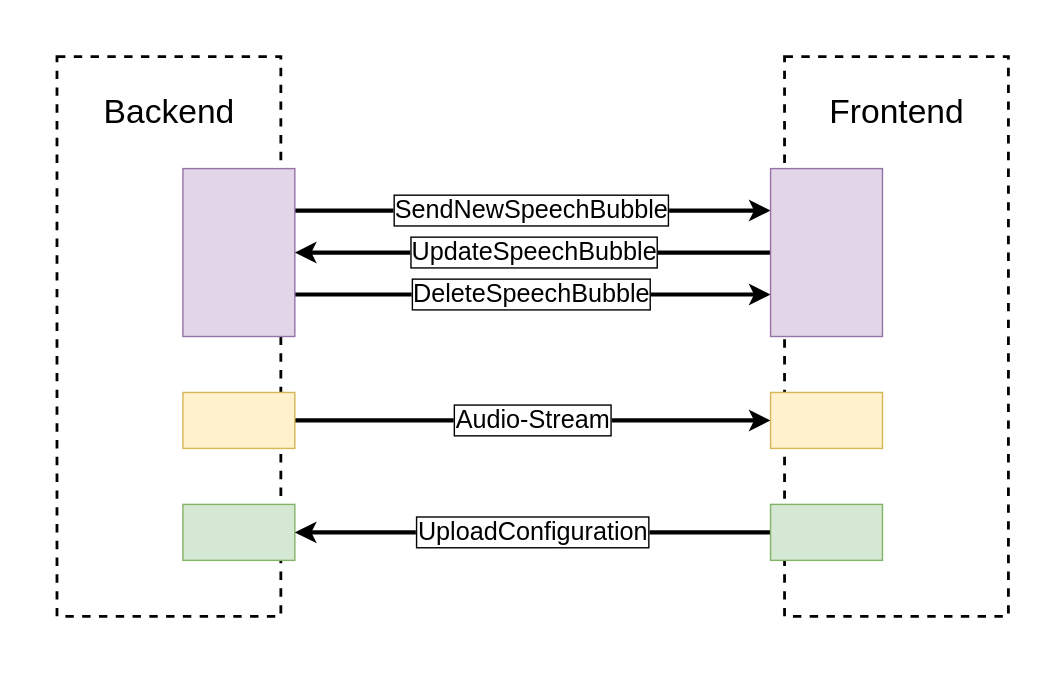
This is TechnicalDocumentation/arc42/img/Backend_Frontend_Kommunikation.drawio.svg from Subletic/Documentation, a draw.io export, as it was before one commit. Source tidied: cells renumbered, new cells last; positions are measured from the earlier drawing's top-left corner, leaving out a move shared by most shapes. Its diagram source:
```xml
<mxGraphModel>
  <root>
    <mxCell id="0" />
    <mxCell id="1" parent="0" />
    <mxCell id="2" style="rounded=0;whiteSpace=wrap;html=1;strokeColor=none;" parent="1" vertex="1">
      <mxGeometry width="760" height="480" as="geometry" />
    </mxCell>
    <mxCell id="3" style="rounded=0;whiteSpace=wrap;html=1;fillColor=none;dashed=1;strokeWidth=2;" parent="1" vertex="1">
      <mxGeometry x="560" y="40" width="160" height="400" as="geometry" />
    </mxCell>
    <mxCell id="4" style="edgeStyle=orthogonalEdgeStyle;rounded=0;jettySize=auto;html=1;exitX=1;exitY=0.5;exitDx=0;exitDy=0;entryX=0;entryY=0.5;entryDx=0;entryDy=0;strokeWidth=3;" parent="1" edge="1" source="15" target="17">
      <mxGeometry relative="1" as="geometry" />
    </mxCell>
    <mxCell id="5" value="Audio-Stream" style="edgeLabel;html=1;align=center;verticalAlign=middle;fontSize=18;labelBorderColor=default;" parent="4" vertex="1">
      <mxGeometry x="0.01" y="1" relative="1" as="geometry">
        <mxPoint x="-2" y="1" as="offset" />
      </mxGeometry>
    </mxCell>
    <mxCell id="6" style="rounded=0;whiteSpace=wrap;html=1;fillColor=none;dashed=1;strokeWidth=2;" parent="1" vertex="1">
      <mxGeometry x="40" y="40" width="160" height="400" as="geometry" />
    </mxCell>
    <mxCell id="7" style="edgeStyle=orthogonalEdgeStyle;rounded=0;jettySize=auto;html=1;exitX=1;exitY=0.25;exitDx=0;exitDy=0;entryX=0;entryY=0.25;entryDx=0;entryDy=0;strokeWidth=3;" parent="1" edge="1" source="11" target="14">
      <mxGeometry relative="1" as="geometry" />
    </mxCell>
    <mxCell id="8" value="SendNewSpeechBubble" style="edgeLabel;html=1;align=center;verticalAlign=middle;spacingLeft=0;spacing=3;fontSize=18;labelBorderColor=default;" parent="7" vertex="1">
      <mxGeometry x="0.13" relative="1" as="geometry">
        <mxPoint x="-24" as="offset" />
      </mxGeometry>
    </mxCell>
    <mxCell id="9" style="edgeStyle=orthogonalEdgeStyle;rounded=0;jettySize=auto;html=1;exitX=1;exitY=0.75;exitDx=0;exitDy=0;entryX=0;entryY=0.75;entryDx=0;entryDy=0;strokeWidth=3;" parent="1" edge="1" source="11" target="14">
      <mxGeometry relative="1" as="geometry" />
    </mxCell>
    <mxCell id="10" value="DeleteSpeechBubble" style="edgeLabel;html=1;align=center;verticalAlign=middle;spacingLeft=0;spacing=3;fontSize=18;labelBorderColor=default;" parent="9" vertex="1">
      <mxGeometry x="0.18" relative="1" as="geometry">
        <mxPoint x="-32" as="offset" />
      </mxGeometry>
    </mxCell>
    <mxCell id="11" style="rounded=0;whiteSpace=wrap;html=1;fillColor=#e1d5e7;strokeColor=#9673a6;" parent="1" vertex="1">
      <mxGeometry x="130" y="120" width="80" height="120" as="geometry" />
    </mxCell>
    <mxCell id="12" style="edgeStyle=orthogonalEdgeStyle;rounded=0;jettySize=auto;html=1;exitX=0;exitY=0.5;exitDx=0;exitDy=0;entryX=1;entryY=0.5;entryDx=0;entryDy=0;fontSize=12;strokeWidth=3;" parent="1" edge="1" source="14" target="11">
      <mxGeometry relative="1" as="geometry" />
    </mxCell>
    <mxCell id="13" value="UpdateSpeechBubble" style="edgeLabel;html=1;align=center;verticalAlign=middle;spacingLeft=0;spacing=3;fontSize=18;labelBorderColor=default;" parent="12" vertex="1">
      <mxGeometry x="0.04" relative="1" as="geometry">
        <mxPoint x="7" as="offset" />
      </mxGeometry>
    </mxCell>
    <mxCell id="14" style="rounded=0;whiteSpace=wrap;html=1;fillColor=#e1d5e7;strokeColor=#9673a6;" parent="1" vertex="1">
      <mxGeometry x="550" y="120" width="80" height="120" as="geometry" />
    </mxCell>
    <mxCell id="15" style="rounded=0;whiteSpace=wrap;html=1;fillColor=#fff2cc;strokeColor=#d6b656;" parent="1" vertex="1">
      <mxGeometry x="130" y="280" width="80" height="40" as="geometry" />
    </mxCell>
    <mxCell id="16" style="rounded=0;whiteSpace=wrap;html=1;fillColor=#d5e8d4;strokeColor=#82b366;" parent="1" vertex="1">
      <mxGeometry x="130" y="360" width="80" height="40" as="geometry" />
    </mxCell>
    <mxCell id="17" style="rounded=0;whiteSpace=wrap;html=1;fillColor=#fff2cc;strokeColor=#d6b656;" parent="1" vertex="1">
      <mxGeometry x="550" y="280" width="80" height="40" as="geometry" />
    </mxCell>
    <mxCell id="18" style="edgeStyle=orthogonalEdgeStyle;rounded=0;jettySize=auto;html=1;exitX=0;exitY=0.5;exitDx=0;exitDy=0;entryX=1;entryY=0.5;entryDx=0;entryDy=0;strokeWidth=3;" parent="1" edge="1" source="20" target="16">
      <mxGeometry relative="1" as="geometry" />
    </mxCell>
    <mxCell id="19" value="UploadConfiguration" style="edgeLabel;html=1;align=center;verticalAlign=middle;labelBorderColor=default;fontSize=18;" parent="18" vertex="1">
      <mxGeometry x="0.07" y="1" relative="1" as="geometry">
        <mxPoint x="11" y="-1" as="offset" />
      </mxGeometry>
    </mxCell>
    <mxCell id="20" style="rounded=0;whiteSpace=wrap;html=1;fillColor=#d5e8d4;strokeColor=#82b366;" parent="1" vertex="1">
      <mxGeometry x="550" y="360" width="80" height="40" as="geometry" />
    </mxCell>
    <mxCell id="21" value="Backend" style="text;html=1;align=center;verticalAlign=middle;strokeColor=none;fillColor=none;fontSize=24;rotation=0;" parent="1" vertex="1">
      <mxGeometry x="60" y="60" width="120" height="40" as="geometry" />
    </mxCell>
    <mxCell id="22" value="Frontend" style="text;html=1;align=center;verticalAlign=middle;strokeColor=none;fillColor=none;fontSize=24;rotation=0;" parent="1" vertex="1">
      <mxGeometry x="580" y="60" width="120" height="40" as="geometry" />
    </mxCell>
  </root>
</mxGraphModel>
```
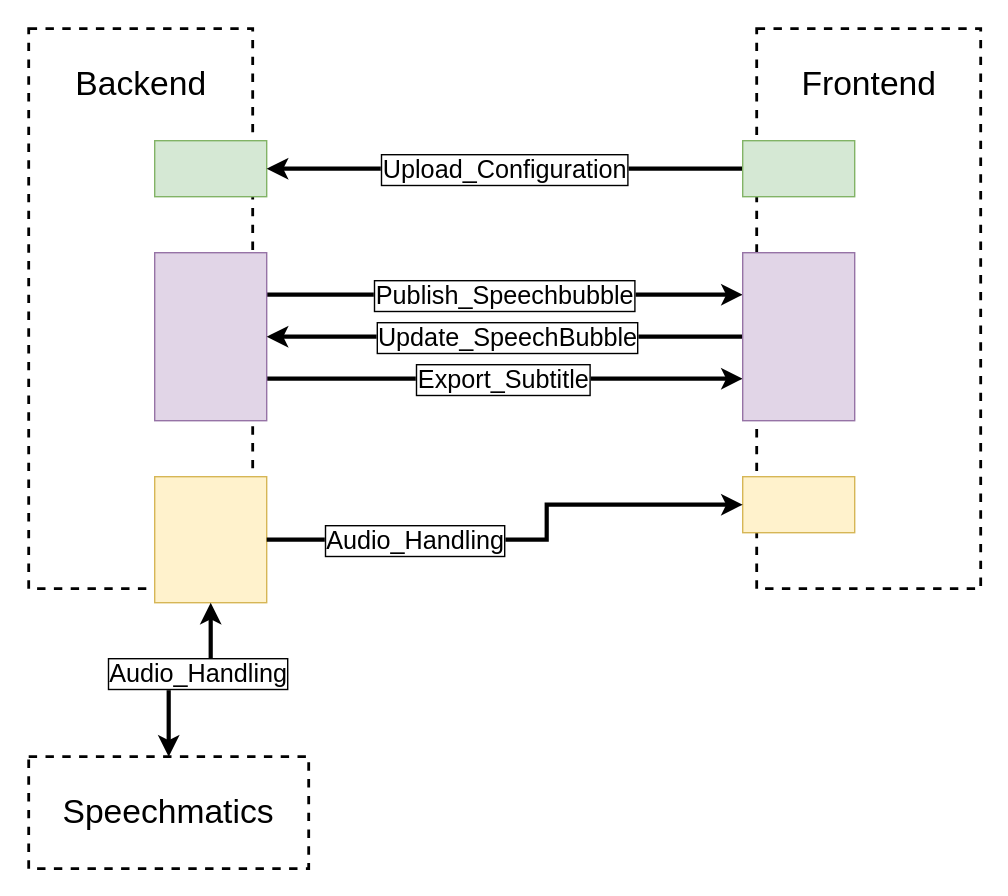
Later version of the same file.

Change to the diagram source:
```diff
@@ -3,26 +3,18 @@
     <mxCell id="0" />
     <mxCell id="1" parent="0" />
     <mxCell id="2" style="rounded=0;whiteSpace=wrap;html=1;strokeColor=none;" parent="1" vertex="1">
-      <mxGeometry width="760" height="480" as="geometry" />
+      <mxGeometry width="720" height="640" as="geometry" />
     </mxCell>
     <mxCell id="3" style="rounded=0;whiteSpace=wrap;html=1;fillColor=none;dashed=1;strokeWidth=2;" parent="1" vertex="1">
-      <mxGeometry x="560" y="40" width="160" height="400" as="geometry" />
+      <mxGeometry x="540" y="20" width="160" height="400" as="geometry" />
     </mxCell>
-    <mxCell id="4" style="edgeStyle=orthogonalEdgeStyle;rounded=0;jettySize=auto;html=1;exitX=1;exitY=0.5;exitDx=0;exitDy=0;entryX=0;entryY=0.5;entryDx=0;entryDy=0;strokeWidth=3;" parent="1" edge="1" source="15" target="17">
-      <mxGeometry relative="1" as="geometry" />
-    </mxCell>
-    <mxCell id="5" value="Audio-Stream" style="edgeLabel;html=1;align=center;verticalAlign=middle;fontSize=18;labelBorderColor=default;" parent="4" vertex="1">
-      <mxGeometry x="0.01" y="1" relative="1" as="geometry">
-        <mxPoint x="-2" y="1" as="offset" />
-      </mxGeometry>
-    </mxCell>
     <mxCell id="6" style="rounded=0;whiteSpace=wrap;html=1;fillColor=none;dashed=1;strokeWidth=2;" parent="1" vertex="1">
-      <mxGeometry x="40" y="40" width="160" height="400" as="geometry" />
+      <mxGeometry x="20" y="20" width="160" height="400" as="geometry" />
     </mxCell>
     <mxCell id="7" style="edgeStyle=orthogonalEdgeStyle;rounded=0;jettySize=auto;html=1;exitX=1;exitY=0.25;exitDx=0;exitDy=0;entryX=0;entryY=0.25;entryDx=0;entryDy=0;strokeWidth=3;" parent="1" edge="1" source="11" target="14">
       <mxGeometry relative="1" as="geometry" />
     </mxCell>
-    <mxCell id="8" value="SendNewSpeechBubble" style="edgeLabel;html=1;align=center;verticalAlign=middle;spacingLeft=0;spacing=3;fontSize=18;labelBorderColor=default;" parent="7" vertex="1">
+    <mxCell id="8" value="Publish_Speechbubble" style="edgeLabel;html=1;align=center;verticalAlign=middle;spacingLeft=0;spacing=3;fontSize=18;labelBorderColor=default;" parent="7" vertex="1">
       <mxGeometry x="0.13" relative="1" as="geometry">
         <mxPoint x="-24" as="offset" />
       </mxGeometry>
@@ -30,50 +22,74 @@
     <mxCell id="9" style="edgeStyle=orthogonalEdgeStyle;rounded=0;jettySize=auto;html=1;exitX=1;exitY=0.75;exitDx=0;exitDy=0;entryX=0;entryY=0.75;entryDx=0;entryDy=0;strokeWidth=3;" parent="1" edge="1" source="11" target="14">
       <mxGeometry relative="1" as="geometry" />
     </mxCell>
-    <mxCell id="10" value="DeleteSpeechBubble" style="edgeLabel;html=1;align=center;verticalAlign=middle;spacingLeft=0;spacing=3;fontSize=18;labelBorderColor=default;" parent="9" vertex="1">
+    <mxCell id="10" value="Export_Subtitle" style="edgeLabel;html=1;align=center;verticalAlign=middle;spacingLeft=0;spacing=3;fontSize=18;labelBorderColor=default;" parent="9" vertex="1">
       <mxGeometry x="0.18" relative="1" as="geometry">
         <mxPoint x="-32" as="offset" />
       </mxGeometry>
     </mxCell>
     <mxCell id="11" style="rounded=0;whiteSpace=wrap;html=1;fillColor=#e1d5e7;strokeColor=#9673a6;" parent="1" vertex="1">
-      <mxGeometry x="130" y="120" width="80" height="120" as="geometry" />
+      <mxGeometry x="110" y="180" width="80" height="120" as="geometry" />
     </mxCell>
     <mxCell id="12" style="edgeStyle=orthogonalEdgeStyle;rounded=0;jettySize=auto;html=1;exitX=0;exitY=0.5;exitDx=0;exitDy=0;entryX=1;entryY=0.5;entryDx=0;entryDy=0;fontSize=12;strokeWidth=3;" parent="1" edge="1" source="14" target="11">
       <mxGeometry relative="1" as="geometry" />
     </mxCell>
-    <mxCell id="13" value="UpdateSpeechBubble" style="edgeLabel;html=1;align=center;verticalAlign=middle;spacingLeft=0;spacing=3;fontSize=18;labelBorderColor=default;" parent="12" vertex="1">
+    <mxCell id="13" value="Update_SpeechBubble" style="edgeLabel;html=1;align=center;verticalAlign=middle;spacingLeft=0;spacing=3;fontSize=18;labelBorderColor=default;" parent="12" vertex="1">
       <mxGeometry x="0.04" relative="1" as="geometry">
         <mxPoint x="7" as="offset" />
       </mxGeometry>
     </mxCell>
     <mxCell id="14" style="rounded=0;whiteSpace=wrap;html=1;fillColor=#e1d5e7;strokeColor=#9673a6;" parent="1" vertex="1">
-      <mxGeometry x="550" y="120" width="80" height="120" as="geometry" />
+      <mxGeometry x="530" y="180" width="80" height="120" as="geometry" />
     </mxCell>
     <mxCell id="15" style="rounded=0;whiteSpace=wrap;html=1;fillColor=#fff2cc;strokeColor=#d6b656;" parent="1" vertex="1">
-      <mxGeometry x="130" y="280" width="80" height="40" as="geometry" />
+      <mxGeometry x="110" y="340" width="80" height="90" as="geometry" />
     </mxCell>
     <mxCell id="16" style="rounded=0;whiteSpace=wrap;html=1;fillColor=#d5e8d4;strokeColor=#82b366;" parent="1" vertex="1">
-      <mxGeometry x="130" y="360" width="80" height="40" as="geometry" />
+      <mxGeometry x="110" y="100" width="80" height="40" as="geometry" />
     </mxCell>
     <mxCell id="17" style="rounded=0;whiteSpace=wrap;html=1;fillColor=#fff2cc;strokeColor=#d6b656;" parent="1" vertex="1">
-      <mxGeometry x="550" y="280" width="80" height="40" as="geometry" />
+      <mxGeometry x="530" y="340" width="80" height="40" as="geometry" />
     </mxCell>
     <mxCell id="18" style="edgeStyle=orthogonalEdgeStyle;rounded=0;jettySize=auto;html=1;exitX=0;exitY=0.5;exitDx=0;exitDy=0;entryX=1;entryY=0.5;entryDx=0;entryDy=0;strokeWidth=3;" parent="1" edge="1" source="20" target="16">
       <mxGeometry relative="1" as="geometry" />
     </mxCell>
-    <mxCell id="19" value="UploadConfiguration" style="edgeLabel;html=1;align=center;verticalAlign=middle;labelBorderColor=default;fontSize=18;" parent="18" vertex="1">
+    <mxCell id="19" value="Upload_Configuration" style="edgeLabel;html=1;align=center;verticalAlign=middle;labelBorderColor=default;fontSize=18;" parent="18" vertex="1">
       <mxGeometry x="0.07" y="1" relative="1" as="geometry">
         <mxPoint x="11" y="-1" as="offset" />
       </mxGeometry>
     </mxCell>
     <mxCell id="20" style="rounded=0;whiteSpace=wrap;html=1;fillColor=#d5e8d4;strokeColor=#82b366;" parent="1" vertex="1">
-      <mxGeometry x="550" y="360" width="80" height="40" as="geometry" />
+      <mxGeometry x="530" y="100" width="80" height="40" as="geometry" />
     </mxCell>
     <mxCell id="21" value="Backend" style="text;html=1;align=center;verticalAlign=middle;strokeColor=none;fillColor=none;fontSize=24;rotation=0;" parent="1" vertex="1">
-      <mxGeometry x="60" y="60" width="120" height="40" as="geometry" />
+      <mxGeometry x="40" y="40" width="120" height="40" as="geometry" />
     </mxCell>
     <mxCell id="22" value="Frontend" style="text;html=1;align=center;verticalAlign=middle;strokeColor=none;fillColor=none;fontSize=24;rotation=0;" parent="1" vertex="1">
-      <mxGeometry x="580" y="60" width="120" height="40" as="geometry" />
+      <mxGeometry x="560" y="40" width="120" height="40" as="geometry" />
     </mxCell>
+    <mxCell id="23" value="Speechmatics" style="rounded=0;whiteSpace=wrap;html=1;fillColor=none;dashed=1;strokeWidth=2;fontSize=24;" parent="1" vertex="1">
+      <mxGeometry x="20" y="540" width="200" height="80" as="geometry" />
+    </mxCell>
+    <mxCell id="24" style="edgeStyle=orthogonalEdgeStyle;rounded=0;jettySize=auto;html=1;entryX=0.5;entryY=0;entryDx=0;entryDy=0;strokeWidth=3;startArrow=classic;startFill=1;" parent="1" edge="1" source="15" target="23">
+      <mxGeometry relative="1" as="geometry" />
+    </mxCell>
+    <mxCell id="25" value="Audio_Handling" style="edgeLabel;html=1;align=center;verticalAlign=middle;fontSize=18;fontStyle=0;labelBorderColor=default;" parent="24" vertex="1">
+      <mxGeometry x="0.41" relative="1" as="geometry">
+        <mxPoint x="20" y="-18" as="offset" />
+      </mxGeometry>
+    </mxCell>
+    <mxCell id="4" style="edgeStyle=orthogonalEdgeStyle;rounded=0;jettySize=auto;html=1;entryX=0;entryY=0.5;entryDx=0;entryDy=0;strokeWidth=3;startArrow=none;startFill=0;exitX=1;exitY=0.5;exitDx=0;exitDy=0;" parent="1" edge="1" source="15" target="17">
+      <mxGeometry relative="1" as="geometry">
+        <Array as="points">
+          <mxPoint x="390" y="385" />
+          <mxPoint x="390" y="360" />
+        </Array>
+      </mxGeometry>
+    </mxCell>
+    <mxCell id="26" value="Audio_Handling" style="edgeLabel;html=1;align=center;verticalAlign=middle;fontSize=18;labelBorderColor=default;" parent="4" vertex="1">
+      <mxGeometry x="0.01" y="1" relative="1" as="geometry">
+        <mxPoint x="-79" y="1" as="offset" />
+      </mxGeometry>
+    </mxCell>
   </root>
 </mxGraphModel>
```
